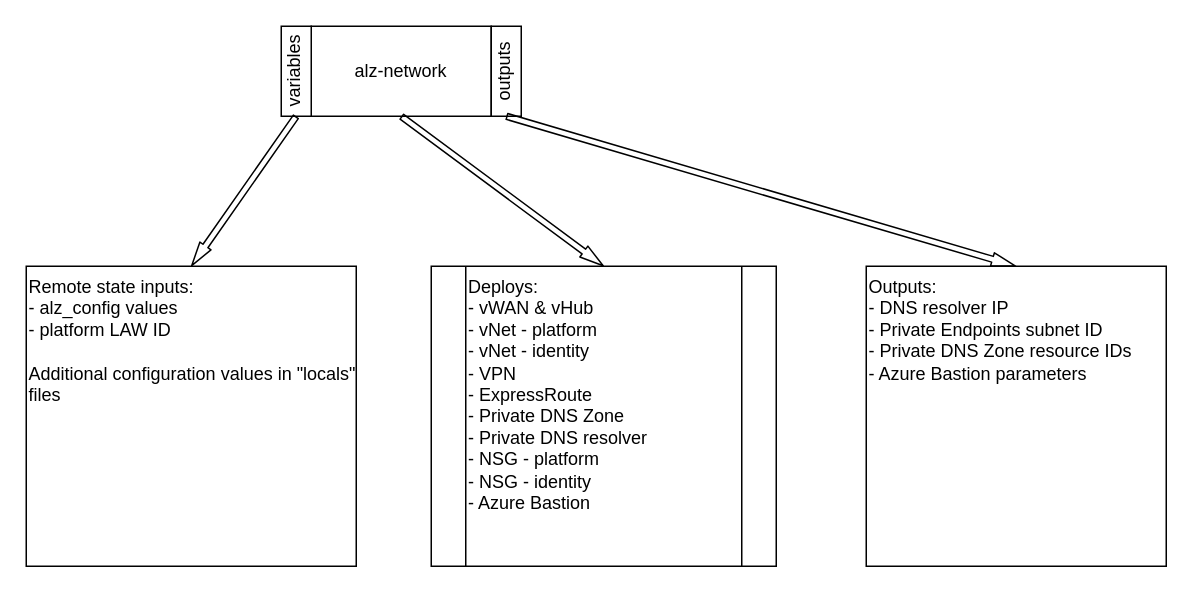
Above: page "alz-network" (4 of 6) of ta-alz.drawio in balazspados/azure-sandbox (draw.io), before the change. Source tidied: cells renumbered, new cells numbered last; positions are measured from the earlier drawing's top-left corner, leaving out a move shared by most shapes. Both pictures are drawn from the tidied source at 150%, with x=0, y=0 at pixel (26, 26).
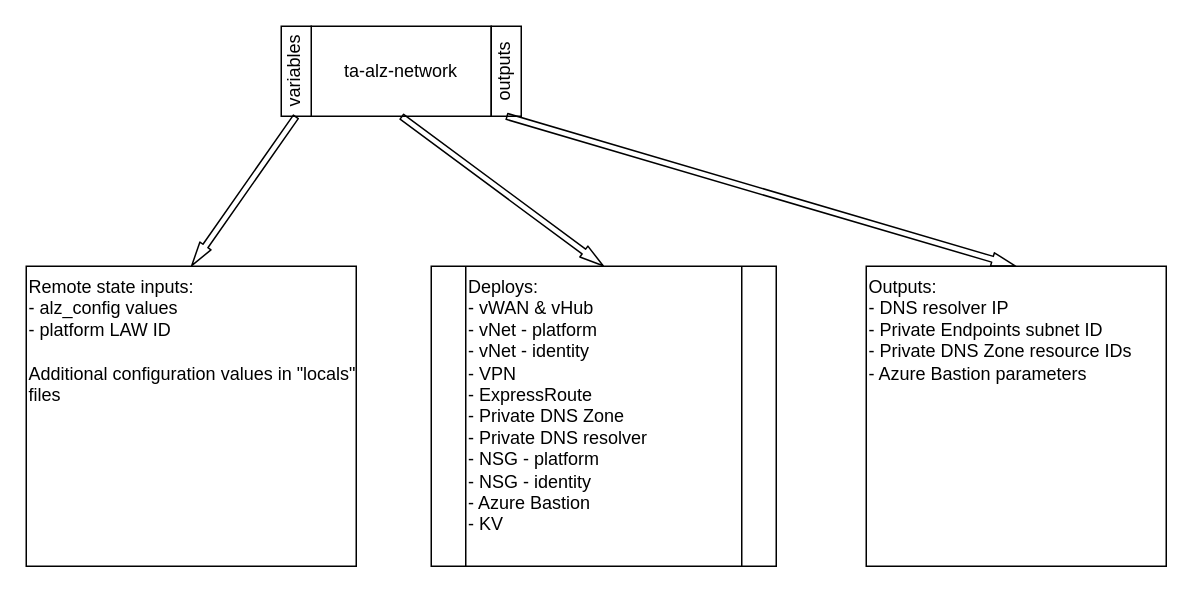
The same page after the edit.

Change to the diagram source:
```diff
@@
 <mxGraphModel>
   <root>
     <mxCell id="0" />
     <mxCell id="1" parent="0" />
     <mxCell id="2" style="group;" parent="1" vertex="1">
       <mxGeometry x="170" width="160" height="60" as="geometry" />
     </mxCell>
-    <mxCell id="3" value="alz-network" style="rounded=0;whiteSpace=wrap;html=1;" parent="2" vertex="1">
+    <mxCell id="3" value="ta-alz-network" style="rounded=0;whiteSpace=wrap;html=1;" parent="2" vertex="1">
       <mxGeometry x="20" width="120" height="60" as="geometry" />
     </mxCell>
     <mxCell id="4" value="outputs" style="rounded=0;whiteSpace=wrap;html=1;textDirection=vertical-rl;rotation=-180;" parent="2" vertex="1">
       <mxGeometry x="140" width="20" height="60" as="geometry" />
     </mxCell>
     <mxCell id="5" value="variables" style="rounded=0;whiteSpace=wrap;html=1;textDirection=vertical-lr;rotation=-180;" parent="2" vertex="1">
       <mxGeometry width="20" height="60" as="geometry" />
     </mxCell>
-    <mxCell id="6" value="&lt;div&gt;Deploys:&lt;/div&gt;- vWAN &amp;amp; vHub&lt;div&gt;&lt;div&gt;- vNet - platform&lt;/div&gt;&lt;div&gt;- vNet - identity&lt;/div&gt;&lt;div&gt;- VPN&lt;/div&gt;&lt;div&gt;- ExpressRoute&lt;/div&gt;&lt;div&gt;- Private DNS Zone&lt;/div&gt;&lt;div&gt;- Private DNS resolver&lt;/div&gt;&lt;div&gt;- NSG - platform&lt;/div&gt;&lt;div&gt;- NSG - identity&lt;/div&gt;&lt;div&gt;- Azure Bastion&lt;/div&gt;&lt;div&gt;&lt;br&gt;&lt;/div&gt;&lt;/div&gt;" style="shape=process;whiteSpace=wrap;html=1;backgroundOutline=1;align=left;verticalAlign=top;" parent="1" vertex="1">
+    <mxCell id="6" value="&lt;div&gt;Deploys:&lt;/div&gt;- vWAN &amp;amp; vHub&lt;div&gt;&lt;div&gt;- vNet - platform&lt;/div&gt;&lt;div&gt;- vNet - identity&lt;/div&gt;&lt;div&gt;- VPN&lt;/div&gt;&lt;div&gt;- ExpressRoute&lt;/div&gt;&lt;div&gt;- Private DNS Zone&lt;/div&gt;&lt;div&gt;- Private DNS resolver&lt;/div&gt;&lt;div&gt;- NSG - platform&lt;/div&gt;&lt;div&gt;- NSG - identity&lt;/div&gt;&lt;div&gt;- Azure Bastion&lt;/div&gt;&lt;div&gt;- KV&lt;/div&gt;&lt;/div&gt;" style="shape=process;whiteSpace=wrap;html=1;backgroundOutline=1;align=left;verticalAlign=top;" parent="1" vertex="1">
       <mxGeometry x="270" y="160" width="230" height="200" as="geometry" />
     </mxCell>
     <mxCell id="7" value="Remote state inputs:&lt;br&gt;&lt;div&gt;&lt;div&gt;- alz_config values&lt;/div&gt;&lt;div&gt;- platform LAW ID&lt;/div&gt;&lt;/div&gt;&lt;div&gt;&lt;br&gt;&lt;/div&gt;&lt;div&gt;Additional configuration values in &quot;locals&quot; files&lt;/div&gt;" style="rounded=0;whiteSpace=wrap;html=1;align=left;verticalAlign=top;fontSize=12;" parent="1" vertex="1">
       <mxGeometry y="160" width="220" height="200" as="geometry" />
     </mxCell>
     <mxCell id="8" style="shape=flexArrow;endArrow=classic;html=1;exitX=0.5;exitY=0;exitDx=0;exitDy=0;entryX=0.5;entryY=0;entryDx=0;entryDy=0;startSize=3;endSize=5;sourcePerimeterSpacing=0;endWidth=4;width=4;" parent="1" edge="1" source="5" target="7">
       <mxGeometry relative="1" as="geometry" />
     </mxCell>
     <mxCell id="9" style="shape=flexArrow;endArrow=classic;html=1;exitX=0.5;exitY=1;exitDx=0;exitDy=0;entryX=0.5;entryY=0;entryDx=0;entryDy=0;startSize=3;endSize=5;sourcePerimeterSpacing=0;endWidth=4;width=4;" parent="1" edge="1" source="3" target="6">
       <mxGeometry relative="1" as="geometry" />
     </mxCell>
     <mxCell id="10" value="Outputs:&lt;div&gt;- DNS resolver IP&lt;/div&gt;&lt;div&gt;- Private Endpoints subnet ID&lt;/div&gt;&lt;div&gt;- Private DNS Zone resource IDs&lt;/div&gt;&lt;div&gt;- Azure Bastion parameters&lt;/div&gt;" style="rounded=0;whiteSpace=wrap;html=1;align=left;verticalAlign=top;" parent="1" vertex="1">
       <mxGeometry x="560" y="160" width="200" height="200" as="geometry" />
     </mxCell>
     <mxCell id="11" style="shape=flexArrow;endArrow=classic;html=1;exitX=0.5;exitY=0;exitDx=0;exitDy=0;entryX=0.5;entryY=0;entryDx=0;entryDy=0;startSize=3;endSize=5;sourcePerimeterSpacing=0;endWidth=4;width=4;" parent="1" edge="1" source="4" target="10">
       <mxGeometry relative="1" as="geometry" />
     </mxCell>
   </root>
 </mxGraphModel>
```
